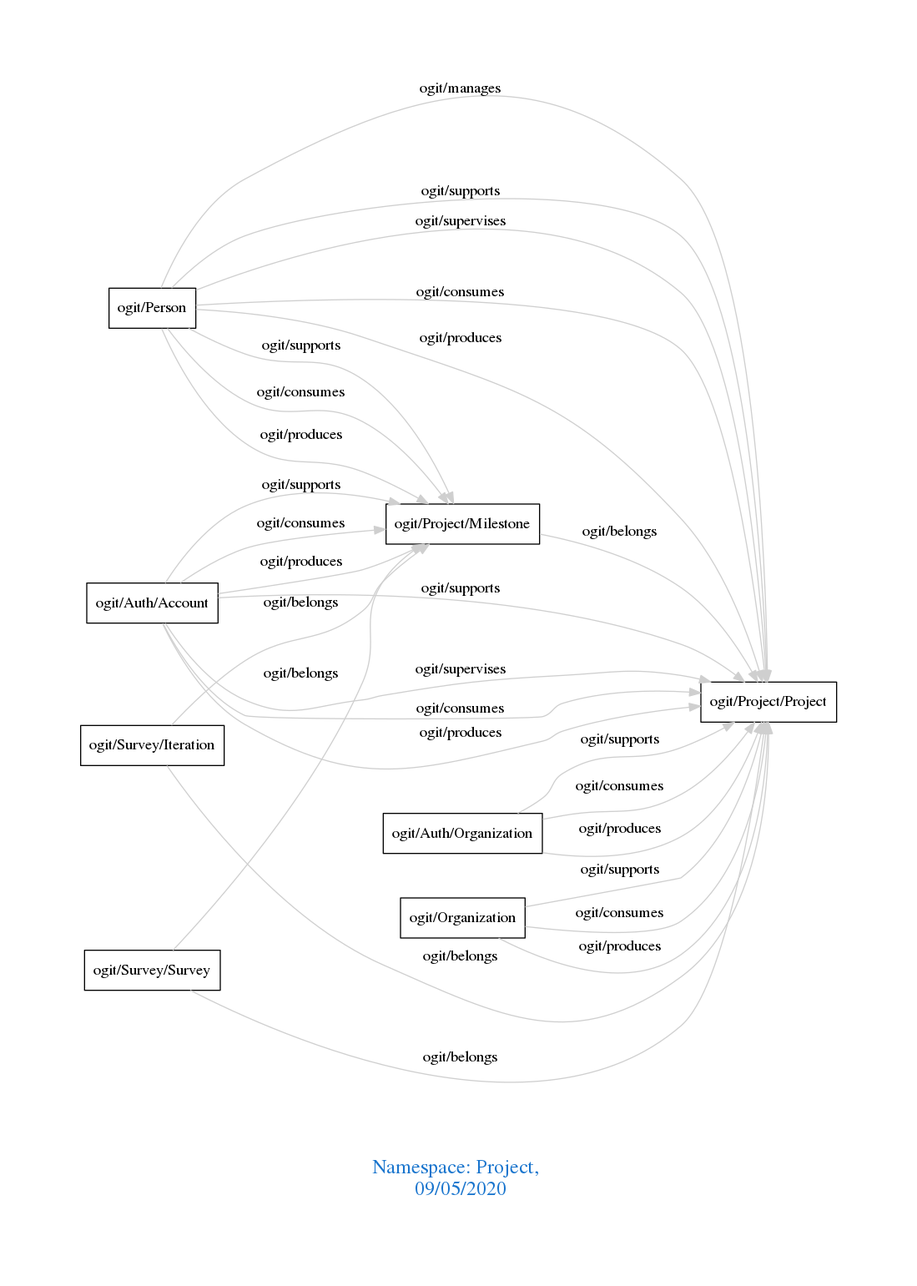
arago/OGIT keeps this Graphviz diagram as downloads/Project.png. Above is the earlier version. Its source is kept beside it as downloads/Project.dot.
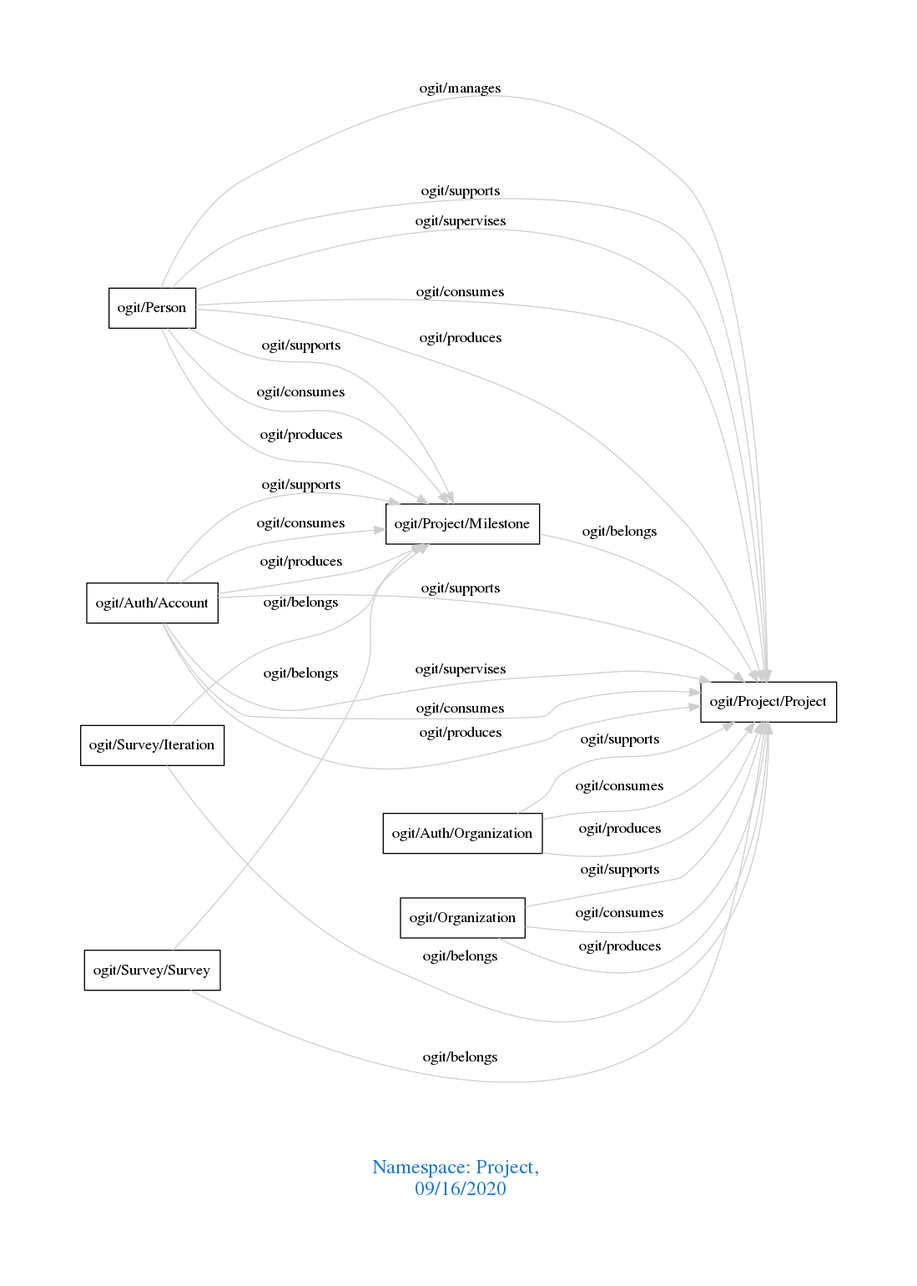
Later version of the same file.

What changed in the source:
```diff
@@ -1,7 +1,7 @@
 digraph OGIT_ontology {
  graph [ rankdir= LR,pad=1
 fontsize = 18,
-fontcolor= dodgerblue3,label = "\n\n\nNamespace: Project, \n 09/05/2020"];
+fontcolor= dodgerblue3,label = "\n\n\nNamespace: Project, \n 09/16/2020"];
 node[shape=polygon];
 edge [  color="gray81"];
 
```
